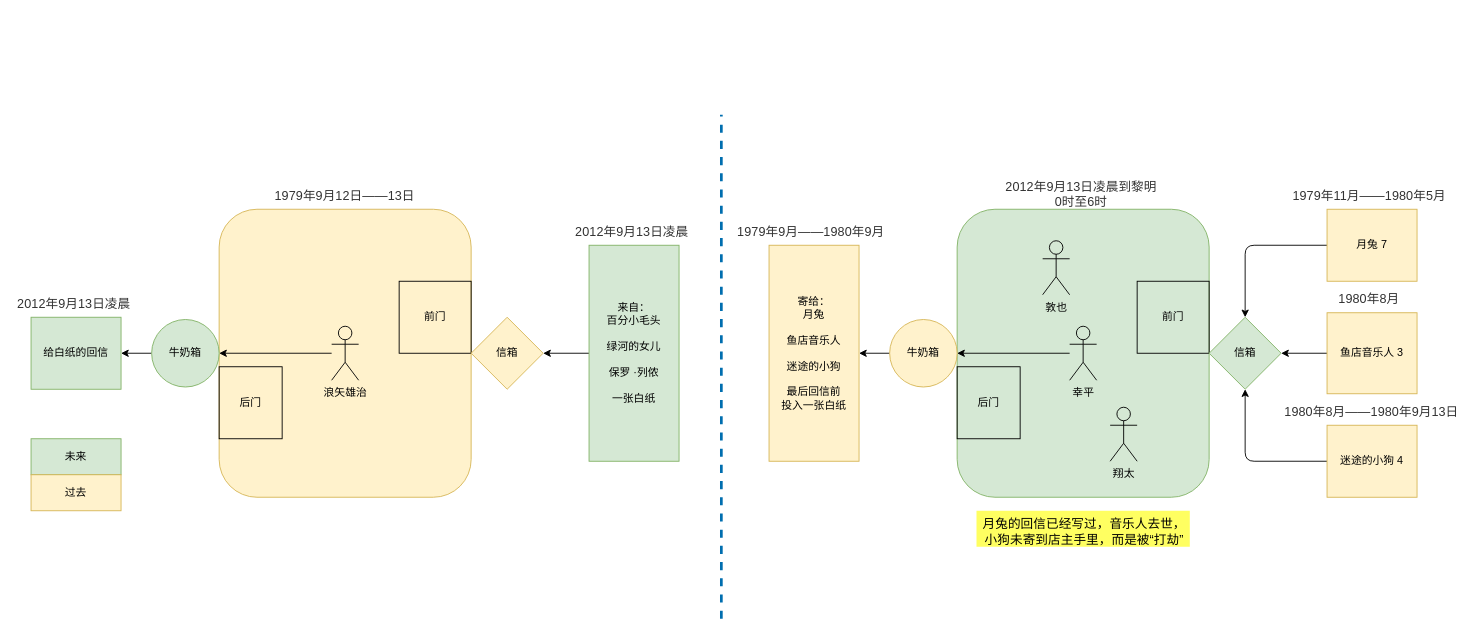
Earlier version of the draw.io diagram 解忧杂货店之神奇一夜.drawio (Orangon/drawio-digrams). Source tidied: cells renumbered, new cells numbered last; positions are measured from the earlier drawing's top-left corner, leaving out a move shared by most shapes. Both pictures are drawn from the tidied source at 90%, with x=0, y=0 at pixel (15, 114).
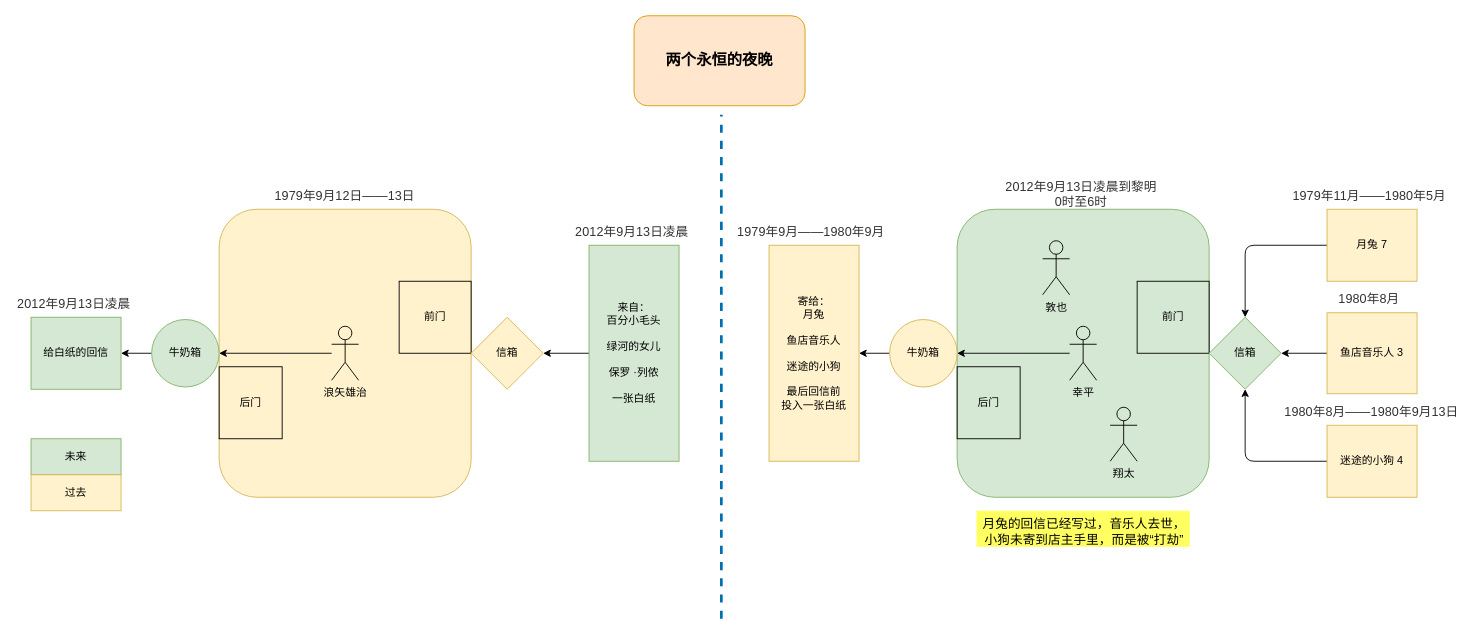
The same diagram, later.

What changed in the source:
```diff
@@
-<mxGraphModel>
+<mxGraphModel background="#FFFFFF">
@@
+    <mxCell id="42" value="两个永恒的夜晚" style="rounded=1;whiteSpace=wrap;html=1;labelBackgroundColor=none;strokeColor=#d79b00;fillColor=#ffe6cc;fontSize=17;fontStyle=1;" parent="1" vertex="1">
+      <mxGeometry x="687" y="-110" width="190" height="100" as="geometry" />
+    </mxCell>
```
